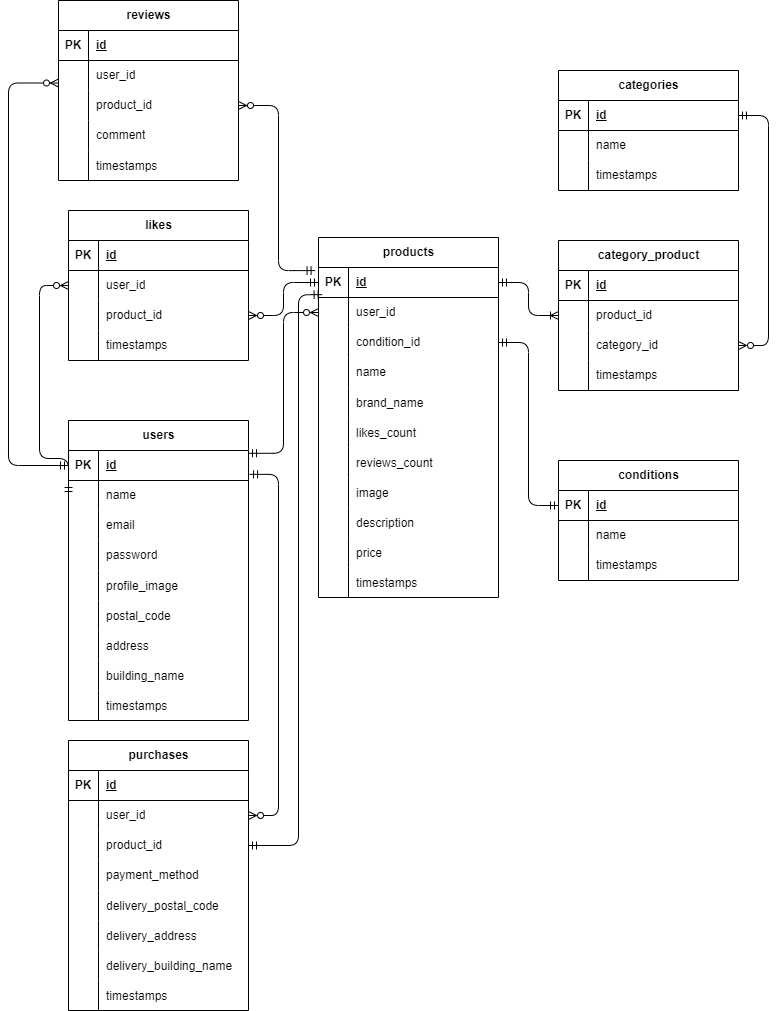
This is .drawio.png from akanainoue/free-market__app, a draw.io export, as it was before one commit. Source tidied: cells renumbered, new cells last; positions are measured from the earlier drawing's top-left corner, leaving out a move shared by most shapes.
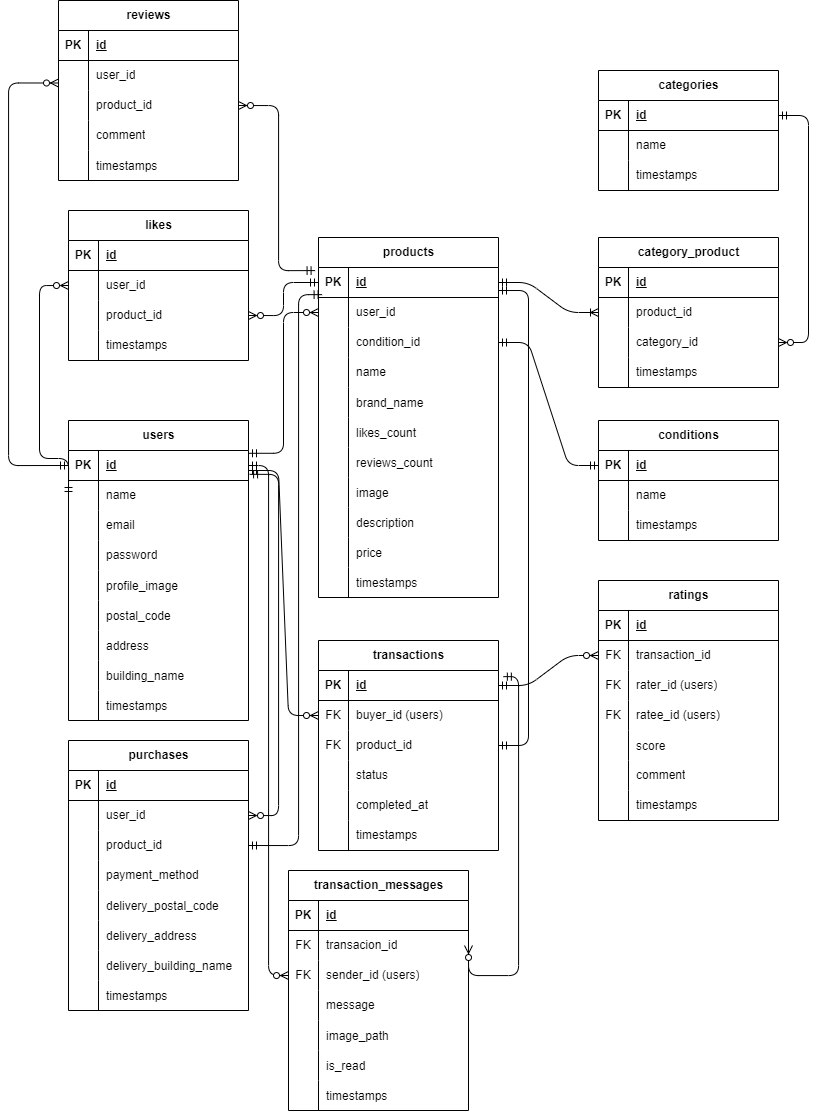
After the change.

The edit, as a diff of the source:
```diff
@@ -276,7 +276,7 @@
       <mxGeometry x="30" width="150" height="30" as="geometry" />
     </mxCell>
     <mxCell id="93" value="category_product" style="shape=table;startSize=30;rowLines=0;fontStyle=1;align=center;html=1;" parent="1" vertex="1">
-      <mxGeometry x="550" y="240" width="180" height="150" as="geometry" />
+      <mxGeometry x="590" y="237" width="180" height="150" as="geometry" />
     </mxCell>
     <mxCell id="94" style="shape=tableRow;horizontal=0;startSize=0;swimlaneHead=0;swimlaneBody=0;fillColor=none;top=0;left=0;right=0;bottom=1;" parent="93" vertex="1">
       <mxGeometry y="30" width="180" height="30" as="geometry" />
@@ -315,7 +315,7 @@
       <mxGeometry x="30" width="150" height="30" as="geometry" />
     </mxCell>
     <mxCell id="106" value="categories" style="shape=table;startSize=30;rowLines=0;fontStyle=1;align=center;html=1;" parent="1" vertex="1">
-      <mxGeometry x="550" y="70" width="180" height="120" as="geometry" />
+      <mxGeometry x="590" y="70" width="180" height="120" as="geometry" />
     </mxCell>
     <mxCell id="107" style="shape=tableRow;horizontal=0;startSize=0;swimlaneHead=0;swimlaneBody=0;fillColor=none;points=[[0,0.5],[1,0.5]];portConstraint=eastwest;top=0;left=0;right=0;bottom=1;" parent="106" vertex="1">
       <mxGeometry y="30" width="180" height="30" as="geometry" />
@@ -345,7 +345,7 @@
       <mxGeometry x="30" width="150" height="30" as="geometry" />
     </mxCell>
     <mxCell id="116" value="conditions" style="shape=table;startSize=30;rowLines=0;fontStyle=1;align=center;html=1;" parent="1" vertex="1">
-      <mxGeometry x="550" y="460" width="180" height="120" as="geometry" />
+      <mxGeometry x="590" y="420" width="180" height="120" as="geometry" />
     </mxCell>
     <mxCell id="117" style="shape=tableRow;horizontal=0;startSize=0;swimlaneHead=0;swimlaneBody=0;fillColor=none;points=[[0,0.5],[1,0.5]];portConstraint=eastwest;top=0;left=0;right=0;bottom=1;" parent="116" vertex="1">
       <mxGeometry y="30" width="180" height="30" as="geometry" />
@@ -508,5 +508,221 @@
         </Array>
       </mxGeometry>
     </mxCell>
+    <mxCell id="162" value="transactions" style="shape=table;startSize=30;rowLines=0;fontStyle=1;align=center;html=1;" parent="1" vertex="1">
+      <mxGeometry x="310" y="640" width="180" height="210" as="geometry" />
+    </mxCell>
+    <mxCell id="163" style="shape=tableRow;horizontal=0;startSize=0;swimlaneHead=0;swimlaneBody=0;fillColor=none;points=[[0,0.5],[1,0.5]];portConstraint=eastwest;top=0;left=0;right=0;bottom=1;" parent="162" vertex="1">
+      <mxGeometry y="30" width="180" height="30" as="geometry" />
+    </mxCell>
+    <mxCell id="164" value="PK" style="shape=partialRectangle;fillColor=none;top=0;left=0;bottom=0;right=0;fontStyle=1;overflow=hidden;whiteSpace=wrap;html=1;" parent="163" vertex="1">
+      <mxGeometry width="30" height="30" as="geometry" />
+    </mxCell>
+    <mxCell id="165" value="id" style="shape=partialRectangle;fillColor=none;top=0;left=0;bottom=0;right=0;align=left;spacingLeft=6;fontStyle=5;overflow=hidden;whiteSpace=wrap;html=1;" parent="163" vertex="1">
+      <mxGeometry x="30" width="150" height="30" as="geometry" />
+    </mxCell>
+    <mxCell id="166" style="shape=tableRow;horizontal=0;startSize=0;swimlaneHead=0;swimlaneBody=0;fillColor=none;points=[[0,0.5],[1,0.5]];portConstraint=eastwest;top=0;left=0;right=0;bottom=0;" parent="162" vertex="1">
+      <mxGeometry y="60" width="180" height="30" as="geometry" />
+    </mxCell>
+    <mxCell id="167" value="FK" style="shape=partialRectangle;fillColor=none;top=0;left=0;bottom=0;right=0;fontStyle=0;overflow=hidden;whiteSpace=wrap;html=1;" parent="166" vertex="1">
+      <mxGeometry width="30" height="30" as="geometry" />
+    </mxCell>
+    <mxCell id="168" value="buyer_id (users)" style="shape=partialRectangle;fillColor=none;top=0;left=0;bottom=0;right=0;align=left;spacingLeft=6;fontStyle=0;overflow=hidden;whiteSpace=wrap;html=1;" parent="166" vertex="1">
+      <mxGeometry x="30" width="150" height="30" as="geometry" />
+    </mxCell>
+    <mxCell id="169" style="shape=tableRow;horizontal=0;startSize=0;swimlaneHead=0;swimlaneBody=0;fillColor=none;points=[[0,0.5],[1,0.5]];portConstraint=eastwest;top=0;left=0;right=0;bottom=0;" parent="162" vertex="1">
+      <mxGeometry y="90" width="180" height="30" as="geometry" />
+    </mxCell>
+    <mxCell id="170" value="FK" style="shape=partialRectangle;fillColor=none;top=0;left=0;bottom=0;right=0;fontStyle=0;overflow=hidden;whiteSpace=wrap;html=1;" parent="169" vertex="1">
+      <mxGeometry width="30" height="30" as="geometry" />
+    </mxCell>
+    <mxCell id="171" value="product_id" style="shape=partialRectangle;fillColor=none;top=0;left=0;bottom=0;right=0;align=left;spacingLeft=6;fontStyle=0;overflow=hidden;whiteSpace=wrap;html=1;" parent="169" vertex="1">
+      <mxGeometry x="30" width="150" height="30" as="geometry" />
+    </mxCell>
+    <mxCell id="172" style="shape=tableRow;horizontal=0;startSize=0;swimlaneHead=0;swimlaneBody=0;fillColor=none;top=0;left=0;right=0;bottom=0;" parent="162" vertex="1">
+      <mxGeometry y="120" width="180" height="30" as="geometry" />
+    </mxCell>
+    <mxCell id="173" style="shape=partialRectangle;fillColor=none;top=0;left=0;bottom=0;right=0;overflow=hidden;whiteSpace=wrap;html=1;" parent="172" vertex="1">
+      <mxGeometry width="30" height="30" as="geometry" />
+    </mxCell>
+    <mxCell id="174" value="status" style="shape=partialRectangle;fillColor=none;top=0;left=0;bottom=0;right=0;align=left;spacingLeft=6;overflow=hidden;whiteSpace=wrap;html=1;" parent="172" vertex="1">
+      <mxGeometry x="30" width="150" height="30" as="geometry" />
+    </mxCell>
+    <mxCell id="175" style="shape=tableRow;horizontal=0;startSize=0;swimlaneHead=0;swimlaneBody=0;fillColor=none;top=0;left=0;right=0;bottom=0;" parent="162" vertex="1">
+      <mxGeometry y="150" width="180" height="30" as="geometry" />
+    </mxCell>
+    <mxCell id="176" style="shape=partialRectangle;fillColor=none;top=0;left=0;bottom=0;right=0;overflow=hidden;whiteSpace=wrap;html=1;" parent="175" vertex="1">
+      <mxGeometry width="30" height="30" as="geometry" />
+    </mxCell>
+    <mxCell id="177" value="completed_at" style="shape=partialRectangle;fillColor=none;top=0;left=0;bottom=0;right=0;align=left;spacingLeft=6;overflow=hidden;whiteSpace=wrap;html=1;" parent="175" vertex="1">
+      <mxGeometry x="30" width="150" height="30" as="geometry" />
+    </mxCell>
+    <mxCell id="178" style="shape=tableRow;horizontal=0;startSize=0;swimlaneHead=0;swimlaneBody=0;fillColor=none;top=0;left=0;right=0;bottom=0;" parent="162" vertex="1">
+      <mxGeometry y="180" width="180" height="30" as="geometry" />
+    </mxCell>
+    <mxCell id="179" style="shape=partialRectangle;fillColor=none;top=0;left=0;bottom=0;right=0;overflow=hidden;whiteSpace=wrap;html=1;" parent="178" vertex="1">
+      <mxGeometry width="30" height="30" as="geometry" />
+    </mxCell>
+    <mxCell id="180" value="timestamps" style="shape=partialRectangle;fillColor=none;top=0;left=0;bottom=0;right=0;align=left;spacingLeft=6;overflow=hidden;whiteSpace=wrap;html=1;" parent="178" vertex="1">
+      <mxGeometry x="30" width="150" height="30" as="geometry" />
+    </mxCell>
+    <mxCell id="181" value="transaction_messages" style="shape=table;startSize=30;rowLines=0;fontStyle=1;align=center;html=1;" parent="1" vertex="1">
+      <mxGeometry x="280" y="870" width="180" height="240" as="geometry" />
+    </mxCell>
+    <mxCell id="182" style="shape=tableRow;horizontal=0;startSize=0;swimlaneHead=0;swimlaneBody=0;fillColor=none;top=0;left=0;right=0;bottom=1;" parent="181" vertex="1">
+      <mxGeometry y="30" width="180" height="30" as="geometry" />
+    </mxCell>
+    <mxCell id="183" value="PK" style="shape=partialRectangle;fillColor=none;top=0;left=0;bottom=0;right=0;fontStyle=1;overflow=hidden;whiteSpace=wrap;html=1;" parent="182" vertex="1">
+      <mxGeometry width="30" height="30" as="geometry" />
+    </mxCell>
+    <mxCell id="184" value="id" style="shape=partialRectangle;fillColor=none;top=0;left=0;bottom=0;right=0;align=left;spacingLeft=6;fontStyle=5;overflow=hidden;whiteSpace=wrap;html=1;" parent="182" vertex="1">
+      <mxGeometry x="30" width="150" height="30" as="geometry" />
+    </mxCell>
+    <mxCell id="185" style="shape=tableRow;horizontal=0;startSize=0;swimlaneHead=0;swimlaneBody=0;fillColor=none;points=[[0,0.5],[1,0.5]];portConstraint=eastwest;top=0;left=0;right=0;bottom=0;" parent="181" vertex="1">
+      <mxGeometry y="60" width="180" height="30" as="geometry" />
+    </mxCell>
+    <mxCell id="186" value="FK" style="shape=partialRectangle;fillColor=none;top=0;left=0;bottom=0;right=0;overflow=hidden;whiteSpace=wrap;html=1;" parent="185" vertex="1">
+      <mxGeometry width="30" height="30" as="geometry" />
+    </mxCell>
+    <mxCell id="187" value="transacion_id" style="shape=partialRectangle;fillColor=none;top=0;left=0;bottom=0;right=0;align=left;spacingLeft=6;overflow=hidden;whiteSpace=wrap;html=1;" parent="185" vertex="1">
+      <mxGeometry x="30" width="150" height="30" as="geometry" />
+    </mxCell>
+    <mxCell id="188" style="shape=tableRow;horizontal=0;startSize=0;swimlaneHead=0;swimlaneBody=0;fillColor=none;points=[[0,0.5],[1,0.5]];portConstraint=eastwest;top=0;left=0;right=0;bottom=0;" parent="181" vertex="1">
+      <mxGeometry y="90" width="180" height="30" as="geometry" />
+    </mxCell>
+    <mxCell id="189" value="FK" style="shape=partialRectangle;fillColor=none;top=0;left=0;bottom=0;right=0;overflow=hidden;whiteSpace=wrap;html=1;" parent="188" vertex="1">
+      <mxGeometry width="30" height="30" as="geometry" />
+    </mxCell>
+    <mxCell id="190" value="sender_id (users)" style="shape=partialRectangle;fillColor=none;top=0;left=0;bottom=0;right=0;align=left;spacingLeft=6;overflow=hidden;whiteSpace=wrap;html=1;" parent="188" vertex="1">
+      <mxGeometry x="30" width="150" height="30" as="geometry" />
+    </mxCell>
+    <mxCell id="191" style="shape=tableRow;horizontal=0;startSize=0;swimlaneHead=0;swimlaneBody=0;fillColor=none;top=0;left=0;right=0;bottom=0;" parent="181" vertex="1">
+      <mxGeometry y="120" width="180" height="30" as="geometry" />
+    </mxCell>
+    <mxCell id="192" style="shape=partialRectangle;fillColor=none;top=0;left=0;bottom=0;right=0;overflow=hidden;whiteSpace=wrap;html=1;" parent="191" vertex="1">
+      <mxGeometry width="30" height="30" as="geometry" />
+    </mxCell>
+    <mxCell id="193" value="message" style="shape=partialRectangle;fillColor=none;top=0;left=0;bottom=0;right=0;align=left;spacingLeft=6;overflow=hidden;whiteSpace=wrap;html=1;" parent="191" vertex="1">
+      <mxGeometry x="30" width="150" height="30" as="geometry" />
+    </mxCell>
+    <mxCell id="194" style="shape=tableRow;horizontal=0;startSize=0;swimlaneHead=0;swimlaneBody=0;fillColor=none;top=0;left=0;right=0;bottom=0;" parent="181" vertex="1">
+      <mxGeometry y="150" width="180" height="30" as="geometry" />
+    </mxCell>
+    <mxCell id="195" style="shape=partialRectangle;fillColor=none;top=0;left=0;bottom=0;right=0;overflow=hidden;" parent="194" vertex="1">
+      <mxGeometry width="30" height="30" as="geometry" />
+    </mxCell>
+    <mxCell id="196" value="image_path" style="shape=partialRectangle;fillColor=none;top=0;left=0;bottom=0;right=0;align=left;spacingLeft=6;overflow=hidden;" parent="194" vertex="1">
+      <mxGeometry x="30" width="150" height="30" as="geometry" />
+    </mxCell>
+    <mxCell id="197" style="shape=tableRow;horizontal=0;startSize=0;swimlaneHead=0;swimlaneBody=0;fillColor=none;top=0;left=0;right=0;bottom=0;" parent="181" vertex="1">
+      <mxGeometry y="180" width="180" height="30" as="geometry" />
+    </mxCell>
+    <mxCell id="198" style="shape=partialRectangle;fillColor=none;top=0;left=0;bottom=0;right=0;overflow=hidden;" parent="197" vertex="1">
+      <mxGeometry width="30" height="30" as="geometry" />
+    </mxCell>
+    <mxCell id="199" value="is_read" style="shape=partialRectangle;fillColor=none;top=0;left=0;bottom=0;right=0;align=left;spacingLeft=6;overflow=hidden;" parent="197" vertex="1">
+      <mxGeometry x="30" width="150" height="30" as="geometry" />
+    </mxCell>
+    <mxCell id="200" style="shape=tableRow;horizontal=0;startSize=0;swimlaneHead=0;swimlaneBody=0;fillColor=none;top=0;left=0;right=0;bottom=0;" parent="181" vertex="1">
+      <mxGeometry y="210" width="180" height="30" as="geometry" />
+    </mxCell>
+    <mxCell id="201" style="shape=partialRectangle;fillColor=none;top=0;left=0;bottom=0;right=0;overflow=hidden;" parent="200" vertex="1">
+      <mxGeometry width="30" height="30" as="geometry" />
+    </mxCell>
+    <mxCell id="202" value="timestamps" style="shape=partialRectangle;fillColor=none;top=0;left=0;bottom=0;right=0;align=left;spacingLeft=6;overflow=hidden;" parent="200" vertex="1">
+      <mxGeometry x="30" width="150" height="30" as="geometry" />
+    </mxCell>
+    <mxCell id="203" value="ratings" style="shape=table;startSize=30;rowLines=0;fontStyle=1;align=center;html=1;" parent="1" vertex="1">
+      <mxGeometry x="590" y="580" width="180" height="240" as="geometry" />
+    </mxCell>
+    <mxCell id="204" style="shape=tableRow;horizontal=0;startSize=0;swimlaneHead=0;swimlaneBody=0;fillColor=none;top=0;left=0;right=0;bottom=1;" parent="203" vertex="1">
+      <mxGeometry y="30" width="180" height="30" as="geometry" />
+    </mxCell>
+    <mxCell id="205" value="PK" style="shape=partialRectangle;fillColor=none;top=0;left=0;bottom=0;right=0;fontStyle=1;overflow=hidden;whiteSpace=wrap;html=1;" parent="204" vertex="1">
+      <mxGeometry width="30" height="30" as="geometry" />
+    </mxCell>
+    <mxCell id="206" value="id" style="shape=partialRectangle;fillColor=none;top=0;left=0;bottom=0;right=0;align=left;spacingLeft=6;fontStyle=5;overflow=hidden;whiteSpace=wrap;html=1;" parent="204" vertex="1">
+      <mxGeometry x="30" width="150" height="30" as="geometry" />
+    </mxCell>
+    <mxCell id="207" style="shape=tableRow;horizontal=0;startSize=0;swimlaneHead=0;swimlaneBody=0;fillColor=none;points=[[0,0.5],[1,0.5]];portConstraint=eastwest;top=0;left=0;right=0;bottom=0;" parent="203" vertex="1">
+      <mxGeometry y="60" width="180" height="30" as="geometry" />
+    </mxCell>
+    <mxCell id="208" value="FK" style="shape=partialRectangle;fillColor=none;top=0;left=0;bottom=0;right=0;fontStyle=0;overflow=hidden;whiteSpace=wrap;html=1;" parent="207" vertex="1">
+      <mxGeometry width="30" height="30" as="geometry" />
+    </mxCell>
+    <mxCell id="209" value="&lt;span style=&quot;color: rgb(0, 0, 0);&quot;&gt;transaction_id&lt;/span&gt;" style="shape=partialRectangle;fillColor=none;top=0;left=0;bottom=0;right=0;align=left;spacingLeft=6;fontStyle=0;overflow=hidden;whiteSpace=wrap;html=1;" parent="207" vertex="1">
+      <mxGeometry x="30" width="150" height="30" as="geometry" />
+    </mxCell>
+    <mxCell id="210" style="shape=tableRow;horizontal=0;startSize=0;swimlaneHead=0;swimlaneBody=0;fillColor=none;top=0;left=0;right=0;bottom=0;" parent="203" vertex="1">
+      <mxGeometry y="90" width="180" height="30" as="geometry" />
+    </mxCell>
+    <mxCell id="211" value="FK" style="shape=partialRectangle;fillColor=none;top=0;left=0;bottom=0;right=0;fontStyle=0;overflow=hidden;whiteSpace=wrap;html=1;" parent="210" vertex="1">
+      <mxGeometry width="30" height="30" as="geometry" />
+    </mxCell>
+    <mxCell id="212" value="rater_id (users)" style="shape=partialRectangle;fillColor=none;top=0;left=0;bottom=0;right=0;align=left;spacingLeft=6;fontStyle=0;overflow=hidden;whiteSpace=wrap;html=1;" parent="210" vertex="1">
+      <mxGeometry x="30" width="150" height="30" as="geometry" />
+    </mxCell>
+    <mxCell id="213" style="shape=tableRow;horizontal=0;startSize=0;swimlaneHead=0;swimlaneBody=0;fillColor=none;top=0;left=0;right=0;bottom=0;" parent="203" vertex="1">
+      <mxGeometry y="120" width="180" height="30" as="geometry" />
+    </mxCell>
+    <mxCell id="214" value="FK" style="shape=partialRectangle;fillColor=none;top=0;left=0;bottom=0;right=0;fontStyle=0;overflow=hidden;whiteSpace=wrap;html=1;" parent="213" vertex="1">
+      <mxGeometry width="30" height="30" as="geometry" />
+    </mxCell>
+    <mxCell id="215" value="ratee_id (users)" style="shape=partialRectangle;fillColor=none;top=0;left=0;bottom=0;right=0;align=left;spacingLeft=6;fontStyle=0;overflow=hidden;whiteSpace=wrap;html=1;" parent="213" vertex="1">
+      <mxGeometry x="30" width="150" height="30" as="geometry" />
+    </mxCell>
+    <mxCell id="216" style="shape=tableRow;horizontal=0;startSize=0;swimlaneHead=0;swimlaneBody=0;fillColor=none;top=0;left=0;right=0;bottom=0;" parent="203" vertex="1">
+      <mxGeometry y="150" width="180" height="30" as="geometry" />
+    </mxCell>
+    <mxCell id="217" style="shape=partialRectangle;fillColor=none;top=0;left=0;bottom=0;right=0;overflow=hidden;" parent="216" vertex="1">
+      <mxGeometry width="30" height="30" as="geometry" />
+    </mxCell>
+    <mxCell id="218" value="score" style="shape=partialRectangle;fillColor=none;top=0;left=0;bottom=0;right=0;align=left;spacingLeft=6;overflow=hidden;" parent="216" vertex="1">
+      <mxGeometry x="30" width="150" height="30" as="geometry" />
+    </mxCell>
+    <mxCell id="219" style="shape=tableRow;horizontal=0;startSize=0;swimlaneHead=0;swimlaneBody=0;fillColor=none;top=0;left=0;right=0;bottom=0;" parent="203" vertex="1">
+      <mxGeometry y="180" width="180" height="30" as="geometry" />
+    </mxCell>
+    <mxCell id="220" style="shape=partialRectangle;fillColor=none;top=0;left=0;bottom=0;right=0;overflow=hidden;whiteSpace=wrap;html=1;" parent="219" vertex="1">
+      <mxGeometry width="30" height="30" as="geometry" />
+    </mxCell>
+    <mxCell id="221" value="comment" style="shape=partialRectangle;fillColor=none;top=0;left=0;bottom=0;right=0;align=left;spacingLeft=6;overflow=hidden;whiteSpace=wrap;html=1;" parent="219" vertex="1">
+      <mxGeometry x="30" width="150" height="30" as="geometry" />
+    </mxCell>
+    <mxCell id="222" style="shape=tableRow;horizontal=0;startSize=0;swimlaneHead=0;swimlaneBody=0;fillColor=none;top=0;left=0;right=0;bottom=0;" parent="203" vertex="1">
+      <mxGeometry y="210" width="180" height="30" as="geometry" />
+    </mxCell>
+    <mxCell id="223" style="shape=partialRectangle;fillColor=none;top=0;left=0;bottom=0;right=0;overflow=hidden;whiteSpace=wrap;html=1;" parent="222" vertex="1">
+      <mxGeometry width="30" height="30" as="geometry" />
+    </mxCell>
+    <mxCell id="224" value="timestamps" style="shape=partialRectangle;fillColor=none;top=0;left=0;bottom=0;right=0;align=left;spacingLeft=6;overflow=hidden;whiteSpace=wrap;html=1;" parent="222" vertex="1">
+      <mxGeometry x="30" width="150" height="30" as="geometry" />
+    </mxCell>
+    <mxCell id="225" style="edgeStyle=entityRelationEdgeStyle;fontSize=12;html=1;endArrow=ERmandOne;startArrow=ERmandOne;entryX=1;entryY=-0.233;entryDx=0;entryDy=0;entryPerimeter=0;exitX=1;exitY=0.5;exitDx=0;exitDy=0;" parent="1" edge="1" source="169" target="63">
+      <mxGeometry relative="1" as="geometry">
+        <Array as="points">
+          <mxPoint x="520" y="520" />
+          <mxPoint x="450" y="520" />
+        </Array>
+      </mxGeometry>
+    </mxCell>
+    <mxCell id="226" style="edgeStyle=entityRelationEdgeStyle;fontSize=12;html=1;endArrow=ERzeroToMany;startArrow=ERmandOne;entryX=0;entryY=0.5;entryDx=0;entryDy=0;" parent="1" edge="1" target="166">
+      <mxGeometry relative="1" as="geometry">
+        <mxPoint x="240" y="470" as="sourcePoint" />
+      </mxGeometry>
+    </mxCell>
+    <mxCell id="227" style="fontSize=12;html=1;endArrow=ERzeroToMany;startArrow=ERmandOne;exitX=1;exitY=0.5;exitDx=0;exitDy=0;entryX=0;entryY=0.5;entryDx=0;entryDy=0;edgeStyle=orthogonalEdgeStyle;" parent="1" edge="1" source="3" target="188">
+      <mxGeometry relative="1" as="geometry" />
+    </mxCell>
+    <mxCell id="228" style="fontSize=12;html=1;endArrow=ERzeroToMany;startArrow=ERmandOne;exitX=1.027;exitY=0.205;exitDx=0;exitDy=0;exitPerimeter=0;entryX=1;entryY=0.5;entryDx=0;entryDy=0;edgeStyle=orthogonalEdgeStyle;" parent="1" edge="1" source="163" target="185">
+      <mxGeometry relative="1" as="geometry">
+        <Array as="points">
+          <mxPoint x="510" y="676" />
+          <mxPoint x="510" y="975" />
+        </Array>
+      </mxGeometry>
+    </mxCell>
+    <mxCell id="229" style="edgeStyle=entityRelationEdgeStyle;fontSize=12;html=1;endArrow=ERzeroToMany;startArrow=ERmandOne;entryX=0;entryY=0.5;entryDx=0;entryDy=0;exitX=1;exitY=0.5;exitDx=0;exitDy=0;" parent="1" edge="1" source="163" target="207">
+      <mxGeometry relative="1" as="geometry" />
+    </mxCell>
   </root>
 </mxGraphModel>
```
